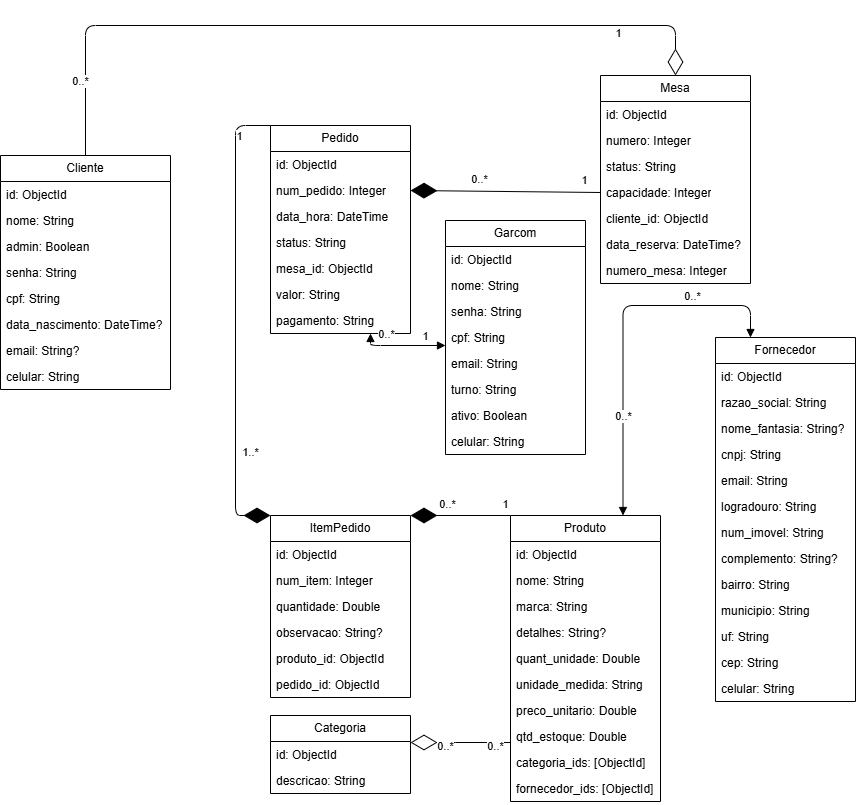
FatecFranca/DSM-P3-G03-2025-2 keeps this draw.io diagram as docs/NoAM.png. Above is the earlier version. Source tidied: cells renumbered, new cells last; positions are measured from the earlier drawing's top-left corner, leaving out a move shared by most shapes.
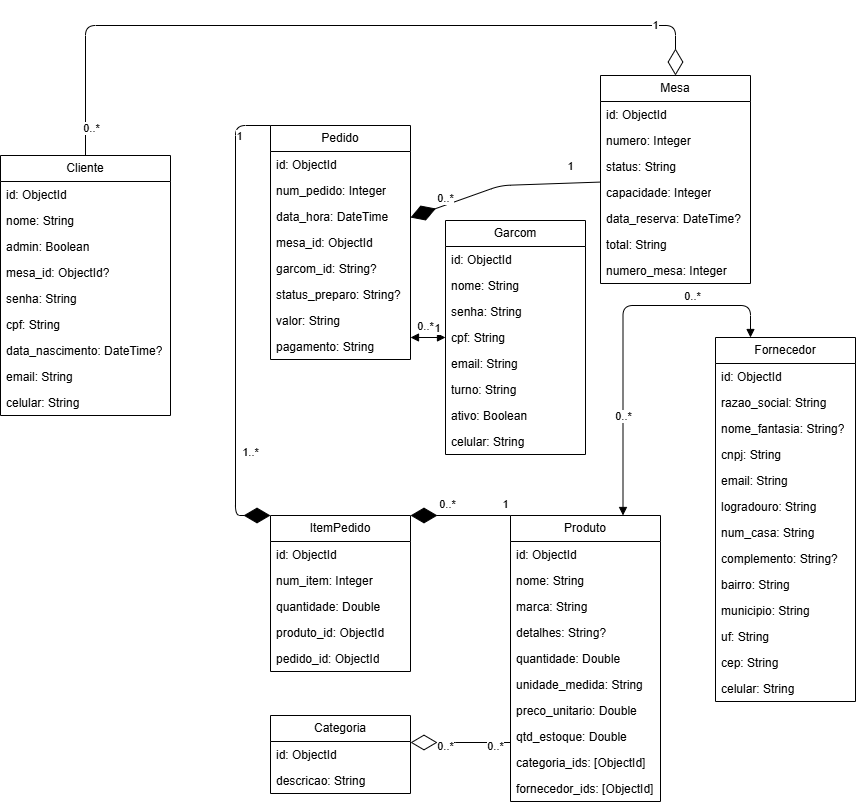
Above is the later version.

Commit message:
chore: update diagram to match schema

Change to the diagram source:
```diff
@@ -3,7 +3,7 @@
     <mxCell id="0" />
     <mxCell id="1" parent="0" />
     <mxCell id="2" value="Cliente" style="swimlane;fontStyle=0;horizontal=1;startSize=26;fillColor=none;whiteSpace=wrap;html=1;" parent="1" vertex="1">
-      <mxGeometry y="130" width="170" height="234" as="geometry" />
+      <mxGeometry y="130" width="170" height="260" as="geometry" />
     </mxCell>
     <mxCell id="3" value="id: ObjectId" style="text;strokeColor=none;fillColor=none;align=left;verticalAlign=top;spacingLeft=4;spacingRight=4;overflow=hidden;whiteSpace=wrap;html=1;" parent="2" vertex="1">
       <mxGeometry y="26" width="170" height="26" as="geometry" />
@@ -14,23 +14,26 @@
     <mxCell id="5" value="admin: Boolean" style="text;strokeColor=none;fillColor=none;align=left;verticalAlign=top;spacingLeft=4;spacingRight=4;overflow=hidden;whiteSpace=wrap;html=1;" parent="2" vertex="1">
       <mxGeometry y="78" width="170" height="26" as="geometry" />
     </mxCell>
+    <mxCell id="92" value="mesa_id: ObjectId?" style="text;strokeColor=none;fillColor=none;align=left;verticalAlign=top;spacingLeft=4;spacingRight=4;overflow=hidden;whiteSpace=wrap;html=1;" parent="2" vertex="1">
+      <mxGeometry y="104" width="170" height="26" as="geometry" />
+    </mxCell>
     <mxCell id="6" value="senha: String" style="text;strokeColor=none;fillColor=none;align=left;verticalAlign=top;spacingLeft=4;spacingRight=4;overflow=hidden;whiteSpace=wrap;html=1;" parent="2" vertex="1">
-      <mxGeometry y="104" width="170" height="26" as="geometry" />
+      <mxGeometry y="130" width="170" height="26" as="geometry" />
     </mxCell>
     <mxCell id="7" value="cpf: String" style="text;strokeColor=none;fillColor=none;align=left;verticalAlign=top;spacingLeft=4;spacingRight=4;overflow=hidden;whiteSpace=wrap;html=1;" parent="2" vertex="1">
-      <mxGeometry y="130" width="170" height="26" as="geometry" />
+      <mxGeometry y="156" width="170" height="26" as="geometry" />
     </mxCell>
     <mxCell id="8" value="data_nascimento: DateTime?" style="text;strokeColor=none;fillColor=none;align=left;verticalAlign=top;spacingLeft=4;spacingRight=4;overflow=hidden;whiteSpace=wrap;html=1;" parent="2" vertex="1">
-      <mxGeometry y="156" width="170" height="26" as="geometry" />
+      <mxGeometry y="182" width="170" height="26" as="geometry" />
     </mxCell>
-    <mxCell id="9" value="email: String?" style="text;strokeColor=none;fillColor=none;align=left;verticalAlign=top;spacingLeft=4;spacingRight=4;overflow=hidden;whiteSpace=wrap;html=1;" parent="2" vertex="1">
-      <mxGeometry y="182" width="170" height="26" as="geometry" />
+    <mxCell id="9" value="email: String" style="text;strokeColor=none;fillColor=none;align=left;verticalAlign=top;spacingLeft=4;spacingRight=4;overflow=hidden;whiteSpace=wrap;html=1;" parent="2" vertex="1">
+      <mxGeometry y="208" width="170" height="26" as="geometry" />
     </mxCell>
     <mxCell id="10" value="celular: String" style="text;strokeColor=none;fillColor=none;align=left;verticalAlign=top;spacingLeft=4;spacingRight=4;overflow=hidden;whiteSpace=wrap;html=1;" parent="2" vertex="1">
-      <mxGeometry y="208" width="170" height="26" as="geometry" />
+      <mxGeometry y="234" width="170" height="26" as="geometry" />
     </mxCell>
     <mxCell id="11" value="Pedido" style="swimlane;fontStyle=0;horizontal=1;startSize=26;fillColor=none;whiteSpace=wrap;html=1;" parent="1" vertex="1">
-      <mxGeometry x="270" y="100" width="140" height="208" as="geometry" />
+      <mxGeometry x="270" y="100" width="140" height="234" as="geometry" />
     </mxCell>
     <mxCell id="12" value="id: ObjectId" style="text;strokeColor=none;fillColor=none;align=left;verticalAlign=top;spacingLeft=4;spacingRight=4;overflow=hidden;whiteSpace=wrap;html=1;" parent="11" vertex="1">
       <mxGeometry y="26" width="140" height="26" as="geometry" />
@@ -41,20 +44,23 @@
     <mxCell id="14" value="data_hora: DateTime" style="text;strokeColor=none;fillColor=none;align=left;verticalAlign=top;spacingLeft=4;spacingRight=4;overflow=hidden;whiteSpace=wrap;html=1;" parent="11" vertex="1">
       <mxGeometry y="78" width="140" height="26" as="geometry" />
     </mxCell>
-    <mxCell id="15" value="status: String" style="text;strokeColor=none;fillColor=none;align=left;verticalAlign=top;spacingLeft=4;spacingRight=4;overflow=hidden;whiteSpace=wrap;html=1;" parent="11" vertex="1">
-      <mxGeometry y="104" width="140" height="26" as="geometry" />
-    </mxCell>
+    <mxCell id="93" value="mesa_id: ObjectId" style="text;strokeColor=none;fillColor=none;align=left;verticalAlign=top;spacingLeft=4;spacingRight=4;overflow=hidden;whiteSpace=wrap;html=1;" parent="11" vertex="1">
+      <mxGeometry y="104" width="140" height="26" as="geometry" />
+    </mxCell>
-    <mxCell id="16" value="mesa_id: ObjectId" style="text;strokeColor=none;fillColor=none;align=left;verticalAlign=top;spacingLeft=4;spacingRight=4;overflow=hidden;whiteSpace=wrap;html=1;" parent="11" vertex="1">
+    <mxCell id="16" value="garcom_id: String?" style="text;strokeColor=none;fillColor=none;align=left;verticalAlign=top;spacingLeft=4;spacingRight=4;overflow=hidden;whiteSpace=wrap;html=1;" parent="11" vertex="1">
       <mxGeometry y="130" width="140" height="26" as="geometry" />
     </mxCell>
+    <mxCell id="94" value="status_preparo: String?" style="text;strokeColor=none;fillColor=none;align=left;verticalAlign=top;spacingLeft=4;spacingRight=4;overflow=hidden;whiteSpace=wrap;html=1;" parent="11" vertex="1">
+      <mxGeometry y="156" width="140" height="26" as="geometry" />
+    </mxCell>
     <mxCell id="17" value="valor: String" style="text;strokeColor=none;fillColor=none;align=left;verticalAlign=top;spacingLeft=4;spacingRight=4;overflow=hidden;whiteSpace=wrap;html=1;" parent="11" vertex="1">
-      <mxGeometry y="156" width="140" height="26" as="geometry" />
+      <mxGeometry y="182" width="140" height="26" as="geometry" />
     </mxCell>
     <mxCell id="18" value="pagamento: String" style="text;strokeColor=none;fillColor=none;align=left;verticalAlign=top;spacingLeft=4;spacingRight=4;overflow=hidden;whiteSpace=wrap;html=1;" parent="11" vertex="1">
-      <mxGeometry y="182" width="140" height="26" as="geometry" />
+      <mxGeometry y="208" width="140" height="26" as="geometry" />
     </mxCell>
     <mxCell id="19" value="ItemPedido" style="swimlane;fontStyle=0;horizontal=1;startSize=26;fillColor=none;whiteSpace=wrap;html=1;" parent="1" vertex="1">
-      <mxGeometry x="270" y="490" width="140" height="182" as="geometry" />
+      <mxGeometry x="270" y="490" width="140" height="156" as="geometry" />
     </mxCell>
     <mxCell id="20" value="id: ObjectId" style="text;strokeColor=none;fillColor=none;align=left;verticalAlign=top;spacingLeft=4;spacingRight=4;overflow=hidden;whiteSpace=wrap;html=1;" parent="19" vertex="1">
       <mxGeometry y="26" width="140" height="26" as="geometry" />
@@ -65,14 +71,11 @@
     <mxCell id="22" value="quantidade: Double" style="text;strokeColor=none;fillColor=none;align=left;verticalAlign=top;spacingLeft=4;spacingRight=4;overflow=hidden;whiteSpace=wrap;html=1;" parent="19" vertex="1">
       <mxGeometry y="78" width="140" height="26" as="geometry" />
     </mxCell>
-    <mxCell id="23" value="observacao: String?" style="text;strokeColor=none;fillColor=none;align=left;verticalAlign=top;spacingLeft=4;spacingRight=4;overflow=hidden;whiteSpace=wrap;html=1;" parent="19" vertex="1">
-      <mxGeometry y="104" width="140" height="26" as="geometry" />
-    </mxCell>
     <mxCell id="24" value="produto_id: ObjectId" style="text;strokeColor=none;fillColor=none;align=left;verticalAlign=top;spacingLeft=4;spacingRight=4;overflow=hidden;whiteSpace=wrap;html=1;" parent="19" vertex="1">
-      <mxGeometry y="130" width="140" height="26" as="geometry" />
+      <mxGeometry y="104" width="140" height="26" as="geometry" />
     </mxCell>
     <mxCell id="25" value="pedido_id: ObjectId" style="text;strokeColor=none;fillColor=none;align=left;verticalAlign=top;spacingLeft=4;spacingRight=4;overflow=hidden;whiteSpace=wrap;html=1;" parent="19" vertex="1">
-      <mxGeometry y="156" width="140" height="26" as="geometry" />
+      <mxGeometry y="130" width="140" height="26" as="geometry" />
     </mxCell>
     <mxCell id="26" style="endArrow=diamondThin;endFill=1;endSize=24;html=1;exitX=0;exitY=0;exitDx=0;exitDy=0;entryX=0;entryY=0;entryDx=0;entryDy=0;edgeStyle=elbowEdgeStyle;" parent="1" edge="1" source="11" target="19">
       <mxGeometry relative="1" as="geometry">
@@ -106,7 +109,7 @@
     <mxCell id="33" value="detalhes: String?" style="text;strokeColor=none;fillColor=none;align=left;verticalAlign=top;spacingLeft=4;spacingRight=4;overflow=hidden;whiteSpace=wrap;html=1;" parent="29" vertex="1">
       <mxGeometry y="104" width="150" height="26" as="geometry" />
     </mxCell>
-    <mxCell id="34" value="quant_unidade: Double" style="text;strokeColor=none;fillColor=none;align=left;verticalAlign=top;spacingLeft=4;spacingRight=4;overflow=hidden;whiteSpace=wrap;html=1;" parent="29" vertex="1">
+    <mxCell id="34" value="quantidade: Double" style="text;strokeColor=none;fillColor=none;align=left;verticalAlign=top;spacingLeft=4;spacingRight=4;overflow=hidden;whiteSpace=wrap;html=1;" parent="29" vertex="1">
       <mxGeometry y="130" width="150" height="26" as="geometry" />
     </mxCell>
     <mxCell id="35" value="unidade_medida: String" style="text;strokeColor=none;fillColor=none;align=left;verticalAlign=top;spacingLeft=4;spacingRight=4;overflow=hidden;whiteSpace=wrap;html=1;" parent="29" vertex="1">
@@ -158,7 +161,7 @@
     <mxCell id="49" value="logradouro: String" style="text;strokeColor=none;fillColor=none;align=left;verticalAlign=top;spacingLeft=4;spacingRight=4;overflow=hidden;whiteSpace=wrap;html=1;" parent="43" vertex="1">
       <mxGeometry y="156" width="140" height="26" as="geometry" />
     </mxCell>
-    <mxCell id="50" value="num_imovel: String" style="text;strokeColor=none;fillColor=none;align=left;verticalAlign=top;spacingLeft=4;spacingRight=4;overflow=hidden;whiteSpace=wrap;html=1;" parent="43" vertex="1">
+    <mxCell id="50" value="num_casa: String" style="text;strokeColor=none;fillColor=none;align=left;verticalAlign=top;spacingLeft=4;spacingRight=4;overflow=hidden;whiteSpace=wrap;html=1;" parent="43" vertex="1">
       <mxGeometry y="182" width="140" height="26" as="geometry" />
     </mxCell>
     <mxCell id="51" value="complemento: String?" style="text;strokeColor=none;fillColor=none;align=left;verticalAlign=top;spacingLeft=4;spacingRight=4;overflow=hidden;whiteSpace=wrap;html=1;" parent="43" vertex="1">
@@ -211,26 +214,30 @@
     <mxCell id="64" value="capacidade: Integer" style="text;strokeColor=none;fillColor=none;align=left;verticalAlign=top;spacingLeft=4;spacingRight=4;overflow=hidden;points=[[0,0.5],[1,0.5]];portConstraint=eastwest;whiteSpace=wrap;html=1;" parent="60" vertex="1">
       <mxGeometry y="104" width="150" height="26" as="geometry" />
     </mxCell>
-    <mxCell id="65" value="cliente_id: ObjectId" style="text;strokeColor=none;fillColor=none;align=left;verticalAlign=top;spacingLeft=4;spacingRight=4;overflow=hidden;whiteSpace=wrap;html=1;" parent="60" vertex="1">
-      <mxGeometry y="130" width="150" height="26" as="geometry" />
-    </mxCell>
     <mxCell id="66" value="data_reserva: DateTime?" style="text;strokeColor=none;fillColor=none;align=left;verticalAlign=top;spacingLeft=4;spacingRight=4;overflow=hidden;whiteSpace=wrap;html=1;" parent="60" vertex="1">
-      <mxGeometry y="156" width="150" height="26" as="geometry" />
+      <mxGeometry y="130" width="150" height="26" as="geometry" />
     </mxCell>
+    <mxCell id="95" value="total: String" style="text;strokeColor=none;fillColor=none;align=left;verticalAlign=top;spacingLeft=4;spacingRight=4;overflow=hidden;whiteSpace=wrap;html=1;" parent="60" vertex="1">
+      <mxGeometry y="156" width="150" height="26" as="geometry" />
+    </mxCell>
     <mxCell id="67" value="numero_mesa: Integer" style="text;strokeColor=none;fillColor=none;align=left;verticalAlign=top;spacingLeft=4;spacingRight=4;overflow=hidden;whiteSpace=wrap;html=1;" parent="60" vertex="1">
       <mxGeometry y="182" width="150" height="26" as="geometry" />
     </mxCell>
-    <mxCell id="68" style="endArrow=diamondThin;endFill=1;endSize=24;html=1;entryX=1;entryY=0.5;entryDx=0;entryDy=0;exitX=0;exitY=0.5;exitDx=0;exitDy=0;" parent="1" edge="1" source="64" target="13">
-      <mxGeometry relative="1" as="geometry" />
+    <mxCell id="68" style="endArrow=diamondThin;endFill=1;endSize=24;html=1;" parent="1" edge="1" source="60" target="11">
+      <mxGeometry relative="1" as="geometry">
+        <Array as="points">
+          <mxPoint x="500" y="160" />
+        </Array>
+      </mxGeometry>
     </mxCell>
     <mxCell id="69" value="1" style="edgeLabel;html=1;align=center;verticalAlign=middle;" parent="68" vertex="1">
       <mxGeometry x="-0.76" y="-1" relative="1" as="geometry">
-        <mxPoint x="6" y="-11" as="offset" />
+        <mxPoint x="-7" y="-16" as="offset" />
       </mxGeometry>
     </mxCell>
     <mxCell id="70" value="0..*" style="edgeLabel;html=1;align=center;verticalAlign=middle;" parent="68" vertex="1">
       <mxGeometry x="0.28" y="-1" relative="1" as="geometry">
-        <mxPoint y="-11" as="offset" />
+        <mxPoint x="-32" y="5" as="offset" />
       </mxGeometry>
     </mxCell>
     <mxCell id="71" value="Garcom" style="swimlane;fontStyle=0;horizontal=1;startSize=26;fillColor=none;whiteSpace=wrap;html=1;" parent="1" vertex="1">
@@ -307,17 +314,18 @@
       <mxGeometry relative="1" as="geometry">
         <Array as="points">
           <mxPoint x="380" />
+          <mxPoint x="370" y="10" />
         </Array>
       </mxGeometry>
     </mxCell>
-    <mxCell id="90" value="0..*" style="edgeLabel;html=1;align=center;verticalAlign=middle;" parent="89" vertex="1">
-      <mxGeometry x="-0.8" relative="1" as="geometry">
-        <mxPoint x="-6" y="3" as="offset" />
+    <mxCell id="90" value="0..*" style="edgeLabel;html=1;align=center;verticalAlign=middle;" parent="1" vertex="1">
+      <mxGeometry x="85" y="110" as="geometry">
+        <mxPoint x="5" y="-8" as="offset" />
       </mxGeometry>
     </mxCell>
-    <mxCell id="91" value="1" style="edgeLabel;html=1;align=center;verticalAlign=middle;" parent="89" vertex="1">
-      <mxGeometry x="0.71" y="-2" relative="1" as="geometry">
-        <mxPoint x="2" y="5" as="offset" />
+    <mxCell id="91" value="1" style="edgeLabel;html=1;align=center;verticalAlign=middle;" parent="1" vertex="1">
+      <mxGeometry x="660" as="geometry">
+        <mxPoint x="-6" y="-1" as="offset" />
       </mxGeometry>
     </mxCell>
   </root>
```
